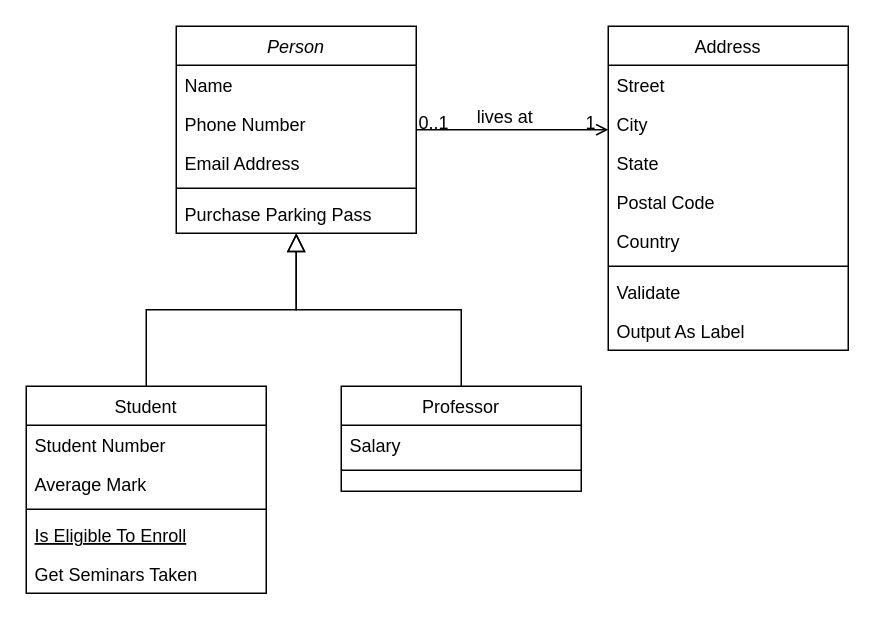
Before: test.drawio in xyzroundo/jquery, a draw.io diagram. Source tidied: cells renumbered, new cells numbered last; positions are measured from the earlier drawing's top-left corner, leaving out a move shared by most shapes. Both pictures are drawn from the tidied source at 150%, with x=0, y=0 at pixel (26, 26).
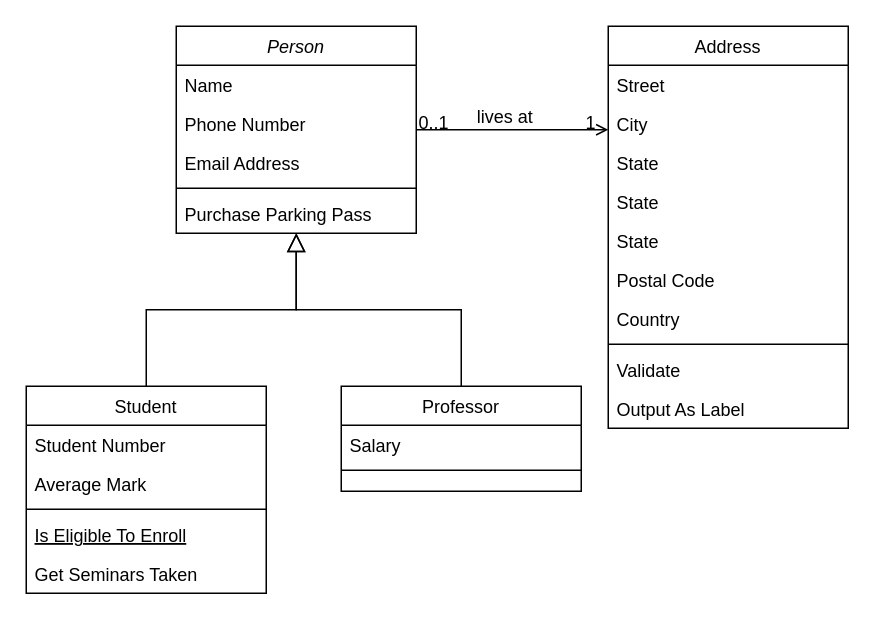
The same diagram, later.

Change to the diagram source:
```diff
@@
     <mxCell id="19" value="Address" style="swimlane;fontStyle=0;align=center;verticalAlign=top;horizontal=1;startSize=26;rounded=0;shadow=0;strokeWidth=1;" parent="1" vertex="1">
-      <mxGeometry x="388" width="160" height="216" as="geometry" />
+      <mxGeometry x="388" width="160" height="268" as="geometry" />
     </mxCell>
@@
+    <mxCell id="32" value="State" style="text;align=left;verticalAlign=top;spacingLeft=4;spacingRight=4;overflow=hidden;rounded=0;shadow=0;html=0;" parent="19" vertex="1">
+      <mxGeometry y="104" width="160" height="26" as="geometry" />
+    </mxCell>
+    <mxCell id="33" value="State" style="text;align=left;verticalAlign=top;spacingLeft=4;spacingRight=4;overflow=hidden;rounded=0;shadow=0;html=0;" parent="19" vertex="1">
+      <mxGeometry y="130" width="160" height="26" as="geometry" />
+    </mxCell>
     <mxCell id="23" value="Postal Code" style="text;align=left;verticalAlign=top;spacingLeft=4;spacingRight=4;overflow=hidden;rounded=0;shadow=0;html=0;" parent="19" vertex="1">
-      <mxGeometry y="104" width="160" height="26" as="geometry" />
+      <mxGeometry y="156" width="160" height="26" as="geometry" />
     </mxCell>
     <mxCell id="24" value="Country" style="text;align=left;verticalAlign=top;spacingLeft=4;spacingRight=4;overflow=hidden;rounded=0;shadow=0;html=0;" parent="19" vertex="1">
-      <mxGeometry y="130" width="160" height="26" as="geometry" />
+      <mxGeometry y="182" width="160" height="26" as="geometry" />
     </mxCell>
     <mxCell id="25" style="line;html=1;strokeWidth=1;align=left;verticalAlign=middle;spacingTop=-1;spacingLeft=3;spacingRight=3;labelPosition=right;" parent="19" vertex="1">
-      <mxGeometry y="156" width="160" height="8" as="geometry" />
+      <mxGeometry y="208" width="160" height="8" as="geometry" />
     </mxCell>
     <mxCell id="26" value="Validate" style="text;align=left;verticalAlign=top;spacingLeft=4;spacingRight=4;overflow=hidden;" parent="19" vertex="1">
-      <mxGeometry y="164" width="160" height="26" as="geometry" />
+      <mxGeometry y="216" width="160" height="26" as="geometry" />
     </mxCell>
     <mxCell id="27" value="Output As Label" style="text;align=left;verticalAlign=top;spacingLeft=4;spacingRight=4;overflow=hidden;" parent="19" vertex="1">
-      <mxGeometry y="190" width="160" height="26" as="geometry" />
+      <mxGeometry y="242" width="160" height="26" as="geometry" />
     </mxCell>
```
